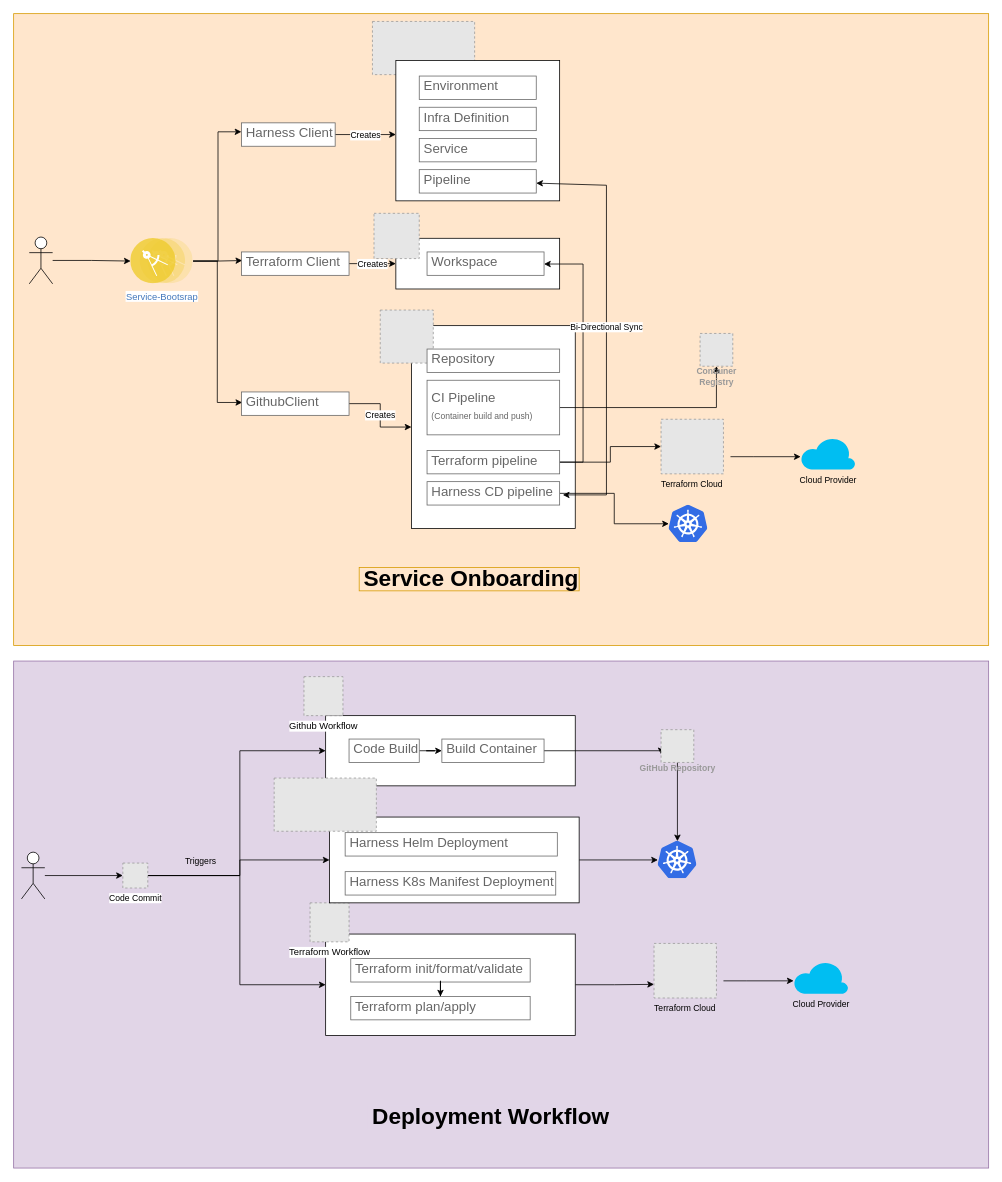
This is Untitled Diagram.drawio from kshitijchoudha/delete-this-1, a draw.io file, before an edit. Source tidied: cells renumbered, new cells numbered last; positions are measured from the earlier drawing's top-left corner, leaving out a move shared by most shapes. Both pictures are drawn from the tidied source at 78%, with x=0, y=0 at pixel (13, 13). Pictures stored in the file or linked from it are replaced by grey dashed boxes.
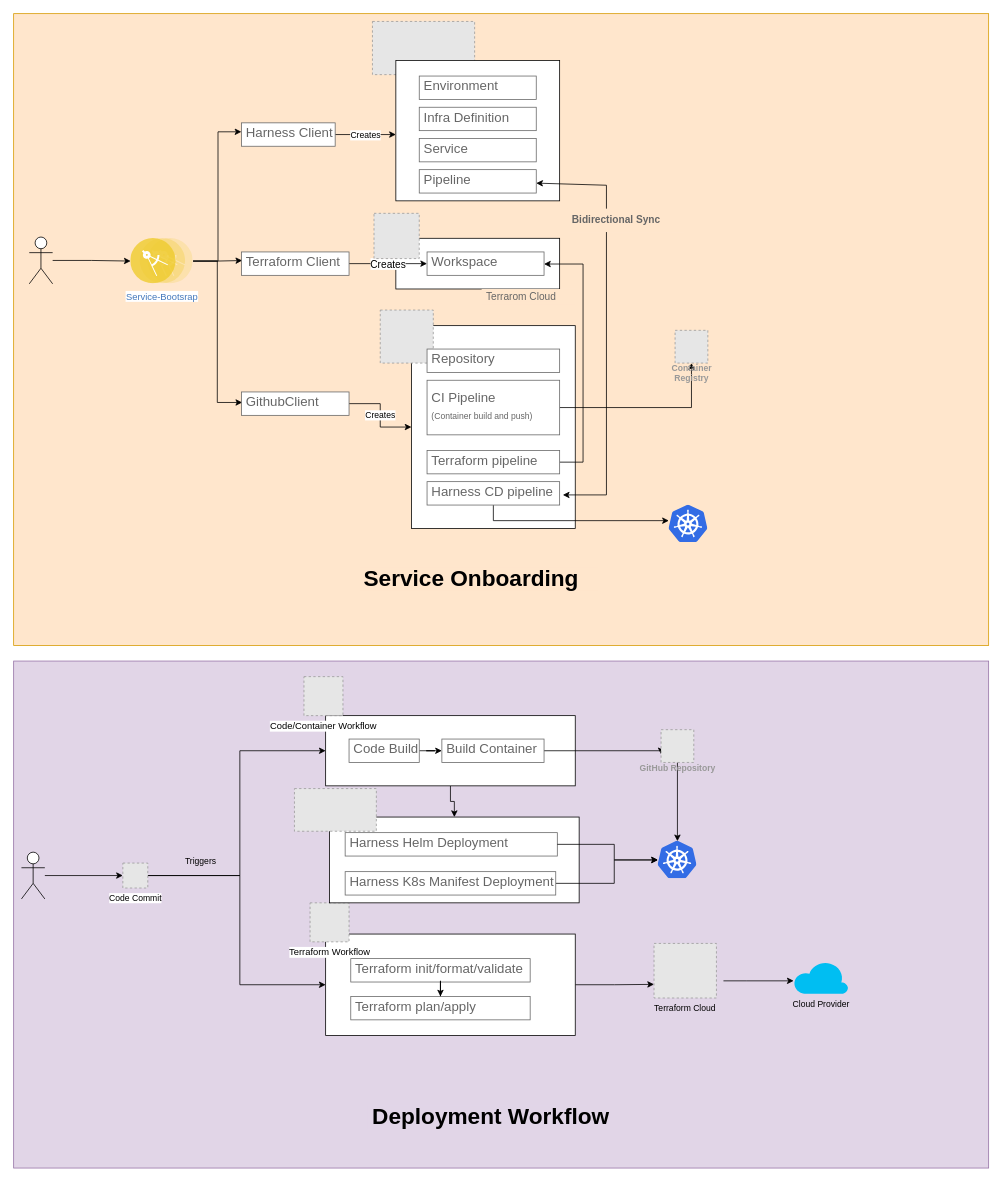
The same diagram, later.

The change refers to these unchanged cells:
```xml
<mxCell id="6" style="rounded=0;whiteSpace=wrap;html=1;" parent="1" vertex="1">
  <mxGeometry x="490" y="288" width="210" height="65" as="geometry" />
</mxCell>
<mxCell id="19" value="Pipeline" style="strokeWidth=1;shadow=0;dashed=0;align=center;html=1;shape=mxgraph.mockup.text.textBox;fontColor=#666666;align=left;fontSize=17;spacingLeft=4;spacingTop=-3;strokeColor=#666666;mainText=;" parent="1" vertex="1">
  <mxGeometry x="520" y="200" width="150" height="30" as="geometry" />
</mxCell>
<mxCell id="21" value="Terraform Client" style="strokeWidth=1;shadow=0;dashed=0;align=center;html=1;shape=mxgraph.mockup.text.textBox;fontColor=#666666;align=left;fontSize=17;spacingLeft=4;spacingTop=-3;strokeColor=#666666;mainText=;" parent="1" vertex="1">
  <mxGeometry x="292.2" y="305.5" width="137.8" height="30" as="geometry" />
</mxCell>
<mxCell id="23" value="Workspace" style="strokeWidth=1;shadow=0;dashed=0;align=center;html=1;shape=mxgraph.mockup.text.textBox;fontColor=#666666;align=left;fontSize=17;spacingLeft=4;spacingTop=-3;strokeColor=#666666;mainText=;" parent="1" vertex="1">
  <mxGeometry x="530" y="305.5" width="150" height="30" as="geometry" />
</mxCell>
<mxCell id="32" value="Terraform pipeline" style="strokeWidth=1;shadow=0;dashed=0;align=center;html=1;shape=mxgraph.mockup.text.textBox;fontColor=#666666;align=left;fontSize=17;spacingLeft=4;spacingTop=-3;strokeColor=#666666;mainText=;" parent="1" vertex="1">
  <mxGeometry x="530" y="560" width="170" height="30" as="geometry" />
</mxCell>
<mxCell id="34" value="Harness CD pipeline" style="strokeWidth=1;shadow=0;dashed=0;align=center;html=1;shape=mxgraph.mockup.text.textBox;fontColor=#666666;align=left;fontSize=17;spacingLeft=4;spacingTop=-3;strokeColor=#666666;mainText=;" parent="1" vertex="1">
  <mxGeometry x="530" y="600" width="170" height="30" as="geometry" />
</mxCell>
<mxCell id="42" value="Code Commit" style="fillColor=#E6E6E6;strokeColor=#999999;dashed=1;html=1;verticalAlign=top;verticalLabelPosition=bottom;labelBackgroundColor=#ffffff;fontSize=11;" parent="1" vertex="1">
  <mxGeometry x="140" y="1089" width="32" height="32" as="geometry" />
</mxCell>
<mxCell id="43" style="rounded=0;whiteSpace=wrap;html=1;fontSize=11;" parent="1" vertex="1">
  <mxGeometry x="400" y="900" width="320" height="90" as="geometry" />
</mxCell>
<mxCell id="61" style="rounded=0;whiteSpace=wrap;html=1;fontSize=11;" parent="1" vertex="1">
  <mxGeometry x="405" y="1030" width="320" height="110" as="geometry" />
</mxCell>
<mxCell id="62" value="Harness Helm Deployment" style="strokeWidth=1;shadow=0;dashed=0;align=center;html=1;shape=mxgraph.mockup.text.textBox;fontColor=#666666;align=left;fontSize=17;spacingLeft=4;spacingTop=-3;strokeColor=#666666;mainText=;" parent="1" vertex="1">
  <mxGeometry x="425" y="1050" width="272" height="30" as="geometry" />
</mxCell>
<mxCell id="63" value="Harness K8s Manifest Deployment&amp;nbsp;" style="strokeWidth=1;shadow=0;dashed=0;align=center;html=1;shape=mxgraph.mockup.text.textBox;fontColor=#666666;align=left;fontSize=17;spacingLeft=4;spacingTop=-3;strokeColor=#666666;mainText=;" parent="1" vertex="1">
  <mxGeometry x="425" y="1100" width="270" height="30" as="geometry" />
</mxCell>
<mxCell id="66" style="sketch=0;html=1;points=[];align=center;image;fontSize=12;image=img/lib/mscae/Kubernetes.svg;" parent="1" vertex="1">
  <mxGeometry x="826" y="1061" width="50" height="48" as="geometry" />
</mxCell>
<mxCell id="70" style="sketch=0;html=1;points=[];align=center;image;fontSize=12;image=img/lib/mscae/Kubernetes.svg;" parent="1" vertex="1">
  <mxGeometry x="840" y="630" width="50" height="48" as="geometry" />
</mxCell>
```

What changed in the source:
```diff
@@
-    <mxCell id="3" style="rounded=0;whiteSpace=wrap;html=1;fontSize=29;fillColor=#ffe6cc;strokeColor=#d79b00;" parent="1" vertex="1">
+    <mxCell id="3" style="rounded=0;whiteSpace=wrap;html=1;fontSize=29;fillColor=#ffe6cc;strokeColor=#d79b00;direction=north;" parent="1" vertex="1">
       <mxGeometry width="1250" height="810" as="geometry" />
     </mxCell>
@@
-    <mxCell id="20" value="Creates" style="edgeStyle=orthogonalEdgeStyle;rounded=0;jettySize=auto;html=1;entryX=0;entryY=0.5;entryDx=0;entryDy=0;fontSize=11;" parent="1" edge="1" source="21" target="6">
-      <mxGeometry relative="1" as="geometry" />
+    <mxCell id="20" value="Creates" style="edgeStyle=orthogonalEdgeStyle;rounded=0;jettySize=auto;html=1;fontSize=13;elbow=vertical;" parent="1" edge="1" source="21" target="23">
+      <mxGeometry relative="1" as="geometry">
+        <Array as="points">
+          <mxPoint x="530" y="321" />
+          <mxPoint x="530" y="321" />
+        </Array>
+      </mxGeometry>
     </mxCell>
@@
-    <mxCell id="31" style="edgeStyle=orthogonalEdgeStyle;rounded=0;jettySize=auto;html=1;entryX=0;entryY=0.5;entryDx=0;entryDy=0;fontSize=11;" parent="1" edge="1" source="32" target="68">
-      <mxGeometry relative="1" as="geometry" />
-    </mxCell>
@@
-    <mxCell id="33" style="edgeStyle=orthogonalEdgeStyle;rounded=0;jettySize=auto;html=1;fontSize=11;elbow=vertical;" parent="1" edge="1" source="34" target="70">
-      <mxGeometry relative="1" as="geometry" />
+    <mxCell id="33" style="edgeStyle=orthogonalEdgeStyle;rounded=0;jettySize=auto;html=1;fontSize=13;elbow=vertical;" parent="1" edge="1" source="34" target="70">
+      <mxGeometry relative="1" as="geometry">
+        <Array as="points">
+          <mxPoint x="615" y="650" />
+        </Array>
+      </mxGeometry>
     </mxCell>
@@
-    <mxCell id="35" value="Bi-Directional Sync" style="endArrow=classic;startArrow=classic;html=1;rounded=0;fontSize=11;exitX=1.024;exitY=0.567;exitDx=0;exitDy=0;exitPerimeter=0;" parent="1" edge="1" source="34" target="19">
+    <mxCell id="35" style="endArrow=classic;startArrow=classic;html=1;rounded=0;fontSize=11;exitX=1.024;exitY=0.567;exitDx=0;exitDy=0;exitPerimeter=0;" parent="1" edge="1" source="34" target="19">
       <mxGeometry relative="1" as="geometry">
         <Array as="points">
           <mxPoint x="760" y="617" />
           <mxPoint x="760" y="220" />
         </Array>
       </mxGeometry>
     </mxCell>
     <mxCell id="36" value="Container&#10;Registry" style="fillColor=#E6E6E6;strokeColor=#999999;dashed=1;html=1;verticalAlign=top;labelPosition=center;verticalLabelPosition=bottom;align=center;spacingTop=-6;fontSize=11;fontStyle=1;fontColor=#999999;" parent="1" vertex="1">
-      <mxGeometry x="880" y="410" width="42" height="42" as="geometry" />
+      <mxGeometry x="848" y="406" width="42" height="42" as="geometry" />
     </mxCell>
@@
-    <mxCell id="40" style="edgeStyle=orthogonalEdgeStyle;rounded=0;jettySize=auto;html=1;fontSize=11;" parent="1" edge="1" source="42" target="61">
-      <mxGeometry relative="1" as="geometry">
-        <Array as="points">
-          <mxPoint x="290" y="1105" />
-          <mxPoint x="290" y="1085" />
-        </Array>
-      </mxGeometry>
-    </mxCell>
@@
+    <mxCell id="73" style="edgeStyle=orthogonalEdgeStyle;rounded=0;jettySize=auto;html=1;entryX=0.5;entryY=0;entryDx=0;entryDy=0;fontSize=29;elbow=vertical;" parent="1" edge="1" source="43" target="61">
+      <mxGeometry relative="1" as="geometry" />
+    </mxCell>
@@
-    <mxCell id="50" value="Github Workflow" style="fillColor=#E6E6E6;strokeColor=#999999;dashed=1;html=1;verticalAlign=top;verticalLabelPosition=bottom;labelBackgroundColor=#ffffff;" parent="1" vertex="1">
+    <mxCell id="50" value="Code/Container Workflow" style="fillColor=#E6E6E6;strokeColor=#999999;dashed=1;html=1;verticalAlign=top;verticalLabelPosition=bottom;labelBackgroundColor=#ffffff;" parent="1" vertex="1">
       <mxGeometry x="372.2" y="850" width="50" height="50" as="geometry" />
     </mxCell>
@@
-    <mxCell id="60" style="edgeStyle=orthogonalEdgeStyle;rounded=0;jettySize=auto;html=1;fontSize=11;" parent="1" edge="1" source="61" target="66">
-      <mxGeometry relative="1" as="geometry" />
-    </mxCell>
@@
+    <mxCell id="74" style="edgeStyle=orthogonalEdgeStyle;rounded=0;jettySize=auto;html=1;fontSize=29;elbow=vertical;" parent="1" edge="1" source="63" target="66">
+      <mxGeometry relative="1" as="geometry">
+        <Array as="points">
+          <mxPoint x="770" y="1115" />
+          <mxPoint x="770" y="1085" />
+        </Array>
+      </mxGeometry>
+    </mxCell>
@@
     <mxCell id="64" style="fillColor=#E6E6E6;strokeColor=#999999;dashed=1;verticalLabelPosition=bottom;verticalAlign=top;" parent="1" vertex="1">
-      <mxGeometry x="334" y="980" width="131" height="68.2" as="geometry" />
+      <mxGeometry x="360" y="993.5" width="105" height="54.7" as="geometry" />
     </mxCell>
@@
-    <mxCell id="67" style="edgeStyle=orthogonalEdgeStyle;rounded=0;jettySize=auto;html=1;fontSize=11;" parent="1" edge="1" target="69">
-      <mxGeometry relative="1" as="geometry">
-        <mxPoint x="919" y="568" as="sourcePoint" />
-        <Array as="points">
-          <mxPoint x="949" y="568" />
-          <mxPoint x="949" y="568" />
-        </Array>
-      </mxGeometry>
-    </mxCell>
-    <mxCell id="68" value="Terraform Cloud" style="fillColor=#E6E6E6;strokeColor=#999999;dashed=1;verticalLabelPosition=bottom;verticalAlign=top;fontSize=11;" parent="1" vertex="1">
-      <mxGeometry x="830" y="520" width="80" height="70" as="geometry" />
-    </mxCell>
-    <mxCell id="69" value="Cloud Provider" style="verticalLabelPosition=bottom;html=1;verticalAlign=top;align=center;strokeColor=none;fillColor=#00BEF2;shape=mxgraph.azure.cloud;fontSize=11;" parent="1" vertex="1">
-      <mxGeometry x="1009" y="543" width="70" height="41.5" as="geometry" />
-    </mxCell>
@@
-    <mxCell id="71" value="&lt;b&gt;&lt;font style=&quot;font-size: 29px;&quot;&gt;Service Onboarding&lt;/font&gt;&lt;/b&gt;" style="strokeWidth=1;shadow=0;dashed=0;align=center;html=1;shape=mxgraph.mockup.text.textBox;align=left;fontSize=17;spacingLeft=4;spacingTop=-3;strokeColor=#d79b00;mainText=;fillColor=#ffe6cc;" parent="1" vertex="1">
-      <mxGeometry x="443" y="710" width="282" height="30" as="geometry" />
+    <mxCell id="71" value="&lt;b&gt;&lt;font style=&quot;font-size: 29px;&quot;&gt;Service Onboarding&lt;/font&gt;&lt;/b&gt;" style="strokeWidth=1;shadow=0;dashed=0;align=center;html=1;shape=mxgraph.mockup.text.textBox;align=left;fontSize=17;spacingLeft=4;spacingTop=-3;strokeColor=none;mainText=;fillColor=#ffe6cc;" parent="1" vertex="1">
+      <mxGeometry x="443" y="710" width="307" height="30" as="geometry" />
     </mxCell>
@@
+    <mxCell id="60" style="edgeStyle=orthogonalEdgeStyle;rounded=0;jettySize=auto;html=1;fontSize=11;" parent="1" edge="1" source="62" target="66">
+      <mxGeometry relative="1" as="geometry">
+        <Array as="points">
+          <mxPoint x="770" y="1065" />
+          <mxPoint x="770" y="1085" />
+        </Array>
+      </mxGeometry>
+    </mxCell>
+    <mxCell id="75" value="&lt;font style=&quot;font-size: 13px; background-color: rgb(255, 230, 204);&quot;&gt;Terrarom Cloud&lt;/font&gt;" style="strokeWidth=1;shadow=0;dashed=0;align=center;html=1;shape=mxgraph.mockup.text.textBox;fontColor=#666666;align=left;fontSize=17;spacingLeft=4;spacingTop=-3;strokeColor=none;mainText=;fillColor=#ffe6cc;" parent="1" vertex="1">
+      <mxGeometry x="600" y="353" width="120" height="20" as="geometry" />
+    </mxCell>
+    <mxCell id="76" value="&lt;font style=&quot;font-size: 13px;&quot;&gt;&lt;b&gt;Bidirectional Sync&lt;/b&gt;&lt;/font&gt;" style="strokeWidth=1;shadow=0;dashed=0;align=center;html=1;shape=mxgraph.mockup.text.textBox;fontColor=#666666;align=left;fontSize=17;spacingLeft=4;spacingTop=-3;strokeColor=none;mainText=;labelBackgroundColor=none;fillColor=#ffe6cc;direction=east;flipV=0;" parent="1" vertex="1">
+      <mxGeometry x="710" y="250" width="150" height="30" as="geometry" />
+    </mxCell>
```
